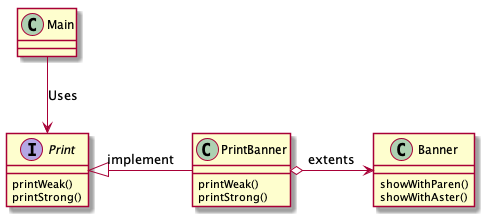
Above: uml/Adapter/Sample1.png in tanghengzhi/java-design-pattern (PlantUML), before the change.
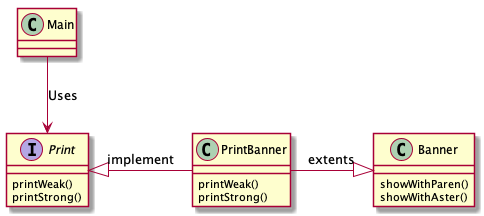
Later version of the same file.

What changed in the source:
```diff
@@ -19,6 +19,6 @@
 
 Print <|- PrintBanner : implement
 
-PrintBanner o-> Banner : extents
+PrintBanner -|> Banner : extents
 
 @enduml
```
